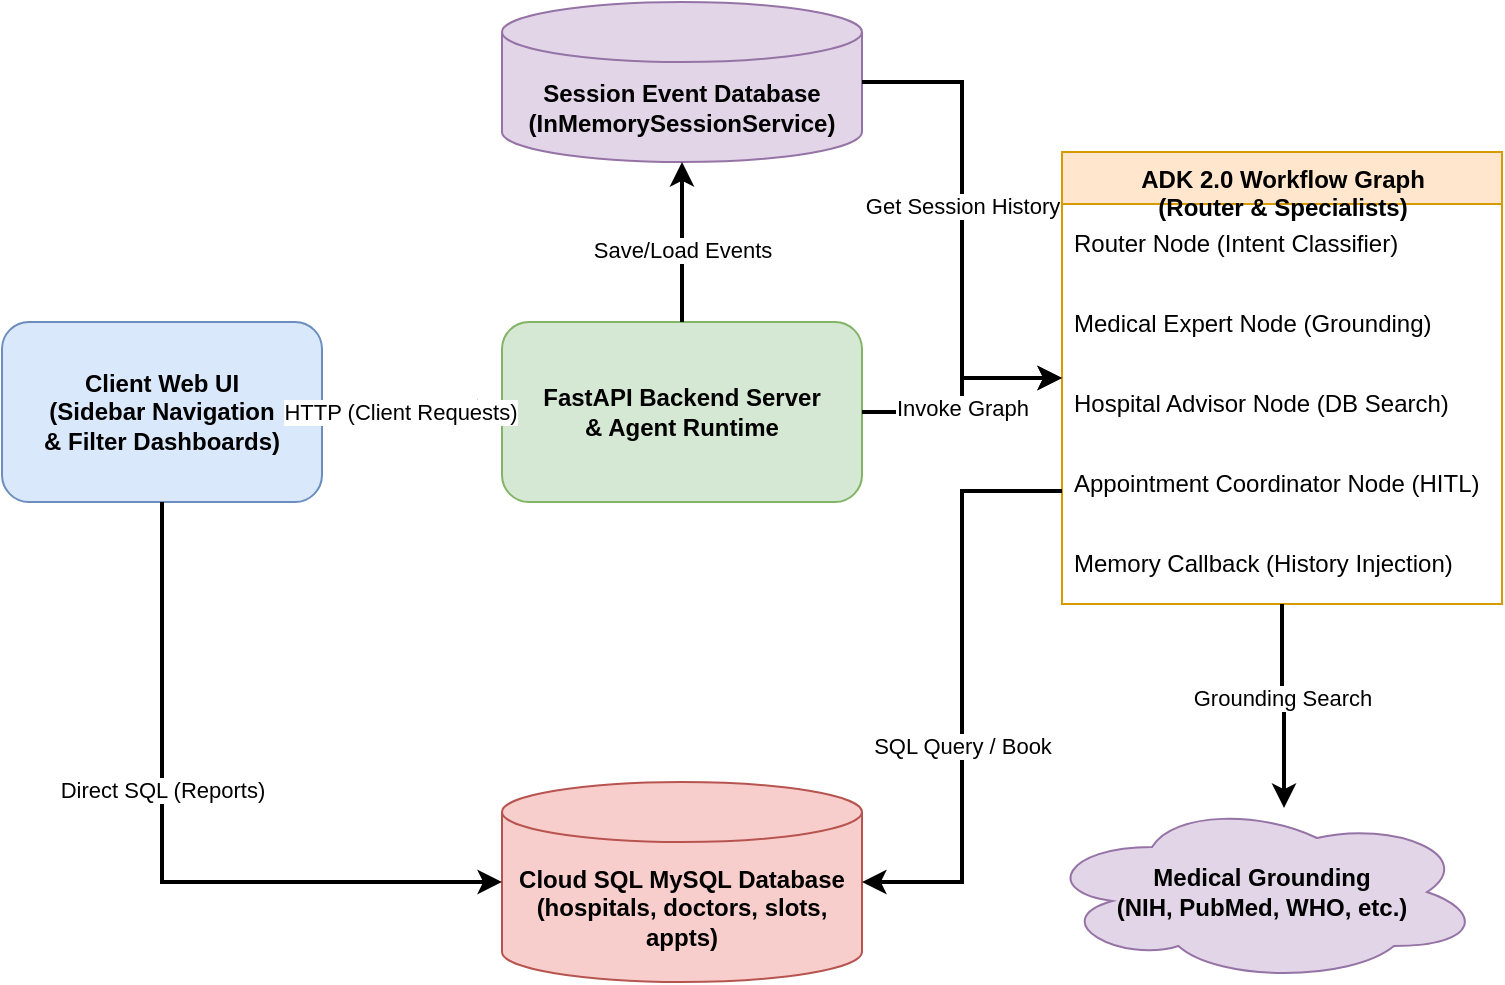
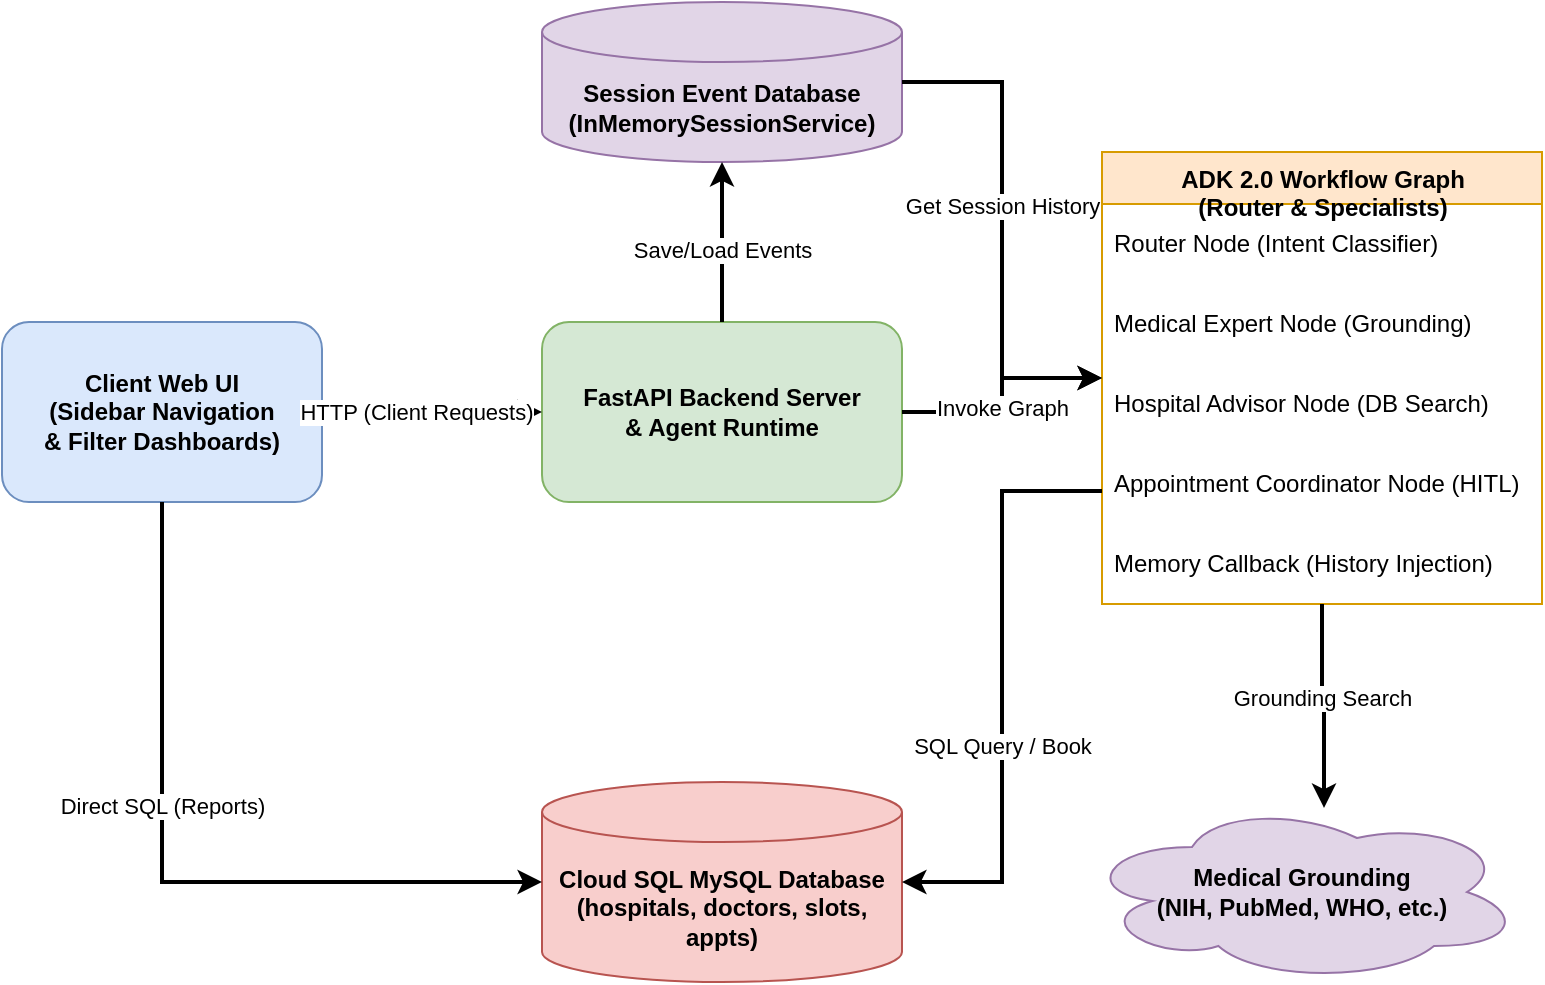
<mxfile host="Electron" agent="Mozilla/5.0">
  <diagram id="system-architecture" name="HealthServeAI Architecture">
-     <mxGraphModel dx="1500" dy="696" grid="1" gridSize="10" guides="1" tooltips="1" connect="1" arrows="1" fold="1" page="1" pageScale="1" pageWidth="850" pageHeight="1100" math="0" shadow="0">
+     <mxGraphModel dx="1182" dy="696" grid="1" gridSize="10" guides="1" tooltips="1" connect="1" arrows="1" fold="1" page="1" pageScale="1" pageWidth="850" pageHeight="1100" math="0" shadow="0">
      <root>
        <mxCell id="0" />
        <mxCell id="1" parent="0" />
        <mxCell id="2" parent="1" style="rounded=1;whiteSpace=wrap;html=1;fillColor=#dae8fc;strokeColor=#6c8ebf;fontStyle=1" value="Client Web UI&lt;br&gt;(Sidebar Navigation&lt;br&gt;&amp;amp; Filter Dashboards)" vertex="1">
-           <mxGeometry height="90" width="160" x="40" y="240" as="geometry" />
+           <mxGeometry height="90" width="160" x="20" y="240" as="geometry" />
        </mxCell>
        <mxCell id="3" parent="1" style="rounded=1;whiteSpace=wrap;html=1;fillColor=#d5e8d4;strokeColor=#82b366;fontStyle=1" value="FastAPI Backend Server&lt;br&gt;&amp;amp; Agent Runtime" vertex="1">
          <mxGeometry height="90" width="180" x="290" y="240" as="geometry" />
        </mxCell>
        <mxCell id="4" parent="1" style="swimlane;fontStyle=1;align=center;verticalAlign=top;childLayout=stackLayout;horizontal=1;startSize=26;horizontalStack=0;resizeParent=1;resizeParentMax=0;resizeLast=0;collapsible=1;marginBottom=0;html=1;fillColor=#ffe6cc;strokeColor=#d79b00;" value="ADK 2.0 Workflow Graph&lt;br&gt;(Router &amp;amp; Specialists)" vertex="1">
          <mxGeometry height="226" width="220" x="570" y="155" as="geometry" />
        </mxCell>
        <mxCell id="4a" parent="4" style="text;strokeColor=none;fillColor=none;align=left;verticalAlign=middle;spacingLeft=4;spacingRight=4;overflow=hidden;rotatable=0;points=[[0,0.5],[1,0.5]];portConstraint=eastwest;html=1;" value="Router Node (Intent Classifier)" vertex="1">
          <mxGeometry height="40" width="220" y="26" as="geometry" />
        </mxCell>
        <mxCell id="4b" parent="4" style="text;strokeColor=none;fillColor=none;align=left;verticalAlign=middle;spacingLeft=4;spacingRight=4;overflow=hidden;rotatable=0;points=[[0,0.5],[1,0.5]];portConstraint=eastwest;html=1;" value="Medical Expert Node (Grounding)" vertex="1">
          <mxGeometry height="40" width="220" y="66" as="geometry" />
        </mxCell>
        <mxCell id="4c" parent="4" style="text;strokeColor=none;fillColor=none;align=left;verticalAlign=middle;spacingLeft=4;spacingRight=4;overflow=hidden;rotatable=0;points=[[0,0.5],[1,0.5]];portConstraint=eastwest;html=1;" value="Hospital Advisor Node (DB Search)" vertex="1">
          <mxGeometry height="40" width="220" y="106" as="geometry" />
        </mxCell>
        <mxCell id="4d" parent="4" style="text;strokeColor=none;fillColor=none;align=left;verticalAlign=middle;spacingLeft=4;spacingRight=4;overflow=hidden;rotatable=0;points=[[0,0.5],[1,0.5]];portConstraint=eastwest;html=1;" value="Appointment Coordinator Node (HITL)" vertex="1">
          <mxGeometry height="40" width="220" y="146" as="geometry" />
        </mxCell>
        <mxCell id="4e" parent="4" style="text;strokeColor=none;fillColor=none;align=left;verticalAlign=middle;spacingLeft=4;spacingRight=4;overflow=hidden;rotatable=0;points=[[0,0.5],[1,0.5]];portConstraint=eastwest;html=1;" value="Memory Callback (History Injection)" vertex="1">
          <mxGeometry height="40" width="220" y="186" as="geometry" />
        </mxCell>
        <mxCell id="5" parent="1" style="shape=cylinder3;whiteSpace=wrap;html=1;boundedLbl=1;backgroundOutline=1;size=15;fillColor=#f8cecc;strokeColor=#b85450;fontStyle=1" value="Cloud SQL MySQL Database&lt;br&gt;(hospitals, doctors, slots, appts)" vertex="1">
          <mxGeometry height="100" width="180" x="290" y="470" as="geometry" />
        </mxCell>
        <mxCell id="6" parent="1" style="ellipse;shape=cloud;whiteSpace=wrap;html=1;fillColor=#e1d5e7;strokeColor=#9673a6;fontStyle=1" value="Medical Grounding&lt;br&gt;(NIH, PubMed, WHO, etc.)" vertex="1">
          <mxGeometry height="90" width="220" x="560" y="480" as="geometry" />
        </mxCell>
        <mxCell id="12" parent="1" style="shape=cylinder3;whiteSpace=wrap;html=1;boundedLbl=1;backgroundOutline=1;size=15;fillColor=#e1d5e7;strokeColor=#9673a6;fontStyle=1" value="Session Event Database&lt;br&gt;(InMemorySessionService)" vertex="1">
          <mxGeometry height="80" width="180" x="290" y="80" as="geometry" />
        </mxCell>
        <mxCell id="7" edge="1" parent="1" source="2" style="edgeStyle=orthogonalEdgeStyle;rounded=0;orthogonalLoop=1;jettySize=auto;html=1;strokeWidth=2;" target="3">
          <mxGeometry relative="1" as="geometry" />
        </mxCell>
        <mxCell id="7_label" connectable="0" parent="7" style="edgeLabel;html=1;align=center;verticalAlign=middle;resizable=0;points=[];" value="HTTP (Client Requests)" vertex="1">
          <mxGeometry relative="1" x="-0.15" as="geometry">
            <mxPoint as="offset" />
          </mxGeometry>
        </mxCell>
        <mxCell id="8" edge="1" parent="1" source="3" style="edgeStyle=orthogonalEdgeStyle;rounded=0;orthogonalLoop=1;jettySize=auto;html=1;strokeWidth=2;" target="4">
          <mxGeometry relative="1" as="geometry" />
        </mxCell>
        <mxCell id="8_label" connectable="0" parent="8" style="edgeLabel;html=1;align=center;verticalAlign=middle;resizable=0;points=[];" value="Invoke Graph" vertex="1">
          <mxGeometry relative="1" x="-0.1" as="geometry">
            <mxPoint as="offset" />
          </mxGeometry>
        </mxCell>
        <mxCell id="9" edge="1" parent="1" source="4" style="edgeStyle=orthogonalEdgeStyle;rounded=0;orthogonalLoop=1;jettySize=auto;html=1;strokeWidth=2;exitX=0;exitY=0.75;exitDx=0;exitDy=0;entryX=1;entryY=0.5;entryDx=0;entryDy=0;entryPerimeter=0;" target="5">
          <mxGeometry relative="1" as="geometry">
            <mxPoint x="490" y="420" as="sourcePoint" />
          </mxGeometry>
        </mxCell>
        <mxCell id="9_label" connectable="0" parent="9" style="edgeLabel;html=1;align=center;verticalAlign=middle;resizable=0;points=[];" value="SQL Query / Book" vertex="1">
          <mxGeometry relative="1" x="0.2" as="geometry">
            <mxPoint as="offset" />
          </mxGeometry>
        </mxCell>
        <mxCell id="10" edge="1" parent="1" source="4" style="edgeStyle=orthogonalEdgeStyle;rounded=0;orthogonalLoop=1;jettySize=auto;html=1;strokeWidth=2;entryX=0.55;entryY=0.033;entryDx=0;entryDy=0;entryPerimeter=0;" target="6">
          <mxGeometry relative="1" as="geometry" />
        </mxCell>
        <mxCell id="10_label" connectable="0" parent="10" style="edgeLabel;html=1;align=center;verticalAlign=middle;resizable=0;points=[];" value="Grounding Search" vertex="1">
          <mxGeometry relative="1" x="-0.1" as="geometry">
            <mxPoint as="offset" />
          </mxGeometry>
        </mxCell>
        <mxCell id="11" edge="1" parent="1" source="2" style="edgeStyle=orthogonalEdgeStyle;rounded=0;orthogonalLoop=1;jettySize=auto;html=1;strokeWidth=2;entryX=0;entryY=0.5;entryDx=0;entryDy=0;entryPerimeter=0;exitX=0.5;exitY=1;exitDx=0;exitDy=0;" target="5">
          <mxGeometry relative="1" as="geometry">
            <mxPoint x="150" y="400" as="sourcePoint" />
          </mxGeometry>
        </mxCell>
        <mxCell id="11_label" connectable="0" parent="11" style="edgeLabel;html=1;align=center;verticalAlign=middle;resizable=0;points=[];" value="Direct SQL (Reports)" vertex="1">
          <mxGeometry relative="1" x="-0.2" as="geometry">
            <mxPoint as="offset" />
          </mxGeometry>
        </mxCell>
        <mxCell id="13" edge="1" parent="1" source="3" style="edgeStyle=orthogonalEdgeStyle;rounded=0;orthogonalLoop=1;jettySize=auto;html=1;strokeWidth=2;" target="12">
          <mxGeometry relative="1" as="geometry" />
        </mxCell>
        <mxCell id="13_label" connectable="0" parent="13" style="edgeLabel;html=1;align=center;verticalAlign=middle;resizable=0;points=[];" value="Save/Load Events" vertex="1">
          <mxGeometry relative="1" x="-0.1" as="geometry">
            <mxPoint as="offset" />
          </mxGeometry>
        </mxCell>
        <mxCell id="14" edge="1" parent="1" source="12" style="edgeStyle=orthogonalEdgeStyle;rounded=0;orthogonalLoop=1;jettySize=auto;html=1;strokeWidth=2;" target="4">
          <mxGeometry relative="1" as="geometry" />
        </mxCell>
        <mxCell id="14_label" connectable="0" parent="14" style="edgeLabel;html=1;align=center;verticalAlign=middle;resizable=0;points=[];" value="Get Session History" vertex="1">
          <mxGeometry relative="1" x="-0.1" as="geometry">
            <mxPoint as="offset" />
          </mxGeometry>
        </mxCell>
      </root>
    </mxGraphModel>
  </diagram>
</mxfile>
